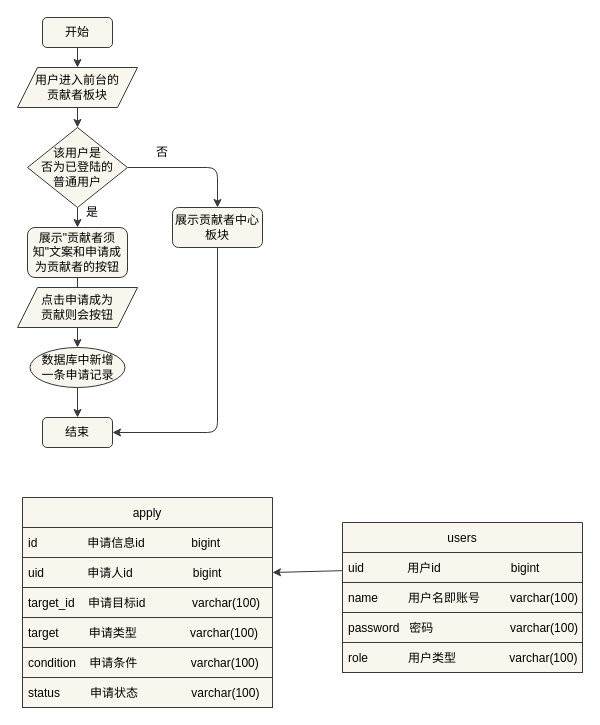
The draw.io diagram page "第 9 页" (9 of 12) of a.dio in z-juln/it-community, before the edit. Source tidied: cells renumbered, new cells numbered last; positions are measured from the earlier drawing's top-left corner, leaving out a move shared by most shapes. Both pictures are drawn from the tidied source at 100%, with x=0, y=0 at pixel (17, 17).
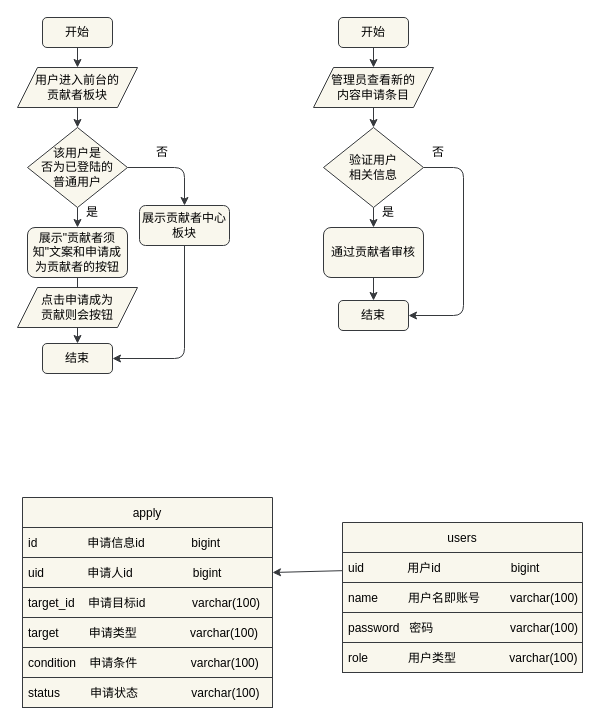
After the change.

The change refers to these unchanged cells:
```xml
<mxCell id="15" value="该用户是&lt;br&gt;否为已登陆的&lt;br&gt;普通用户" style="rhombus;whiteSpace=wrap;html=1;fillColor=#f9f7ed;strokeColor=#36393d;fontColor=#000000;" parent="1" vertex="1">
  <mxGeometry x="10" y="110" width="100" height="80" as="geometry" />
</mxCell>
<mxCell id="18" value="点击申请成为&lt;br&gt;贡献则会按钮" style="shape=parallelogram;perimeter=parallelogramPerimeter;whiteSpace=wrap;html=1;fixedSize=1;fillColor=#f9f7ed;strokeColor=#36393d;fontColor=#000000;" parent="1" vertex="1">
  <mxGeometry y="270" width="120" height="40" as="geometry" />
</mxCell>
```

The edit, as a diff of the source:
```diff
@@
     <mxCell id="4" value="结束" style="rounded=1;whiteSpace=wrap;html=1;fillColor=#f9f7ed;strokeColor=#36393d;fontColor=#000000;" parent="1" vertex="1">
-      <mxGeometry x="25" y="400" width="70" height="30" as="geometry" />
+      <mxGeometry x="25" y="326" width="70" height="30" as="geometry" />
     </mxCell>
     <mxCell id="5" style="edgeStyle=none;html=1;entryX=0.5;entryY=0;entryDx=0;entryDy=0;exitX=1;exitY=0.5;exitDx=0;exitDy=0;fillColor=#f9f7ed;strokeColor=#36393d;fontColor=#000000;" parent="1" edge="1" source="15" target="16">
       <mxGeometry relative="1" as="geometry">
         <Array as="points">
-          <mxPoint x="200" y="150" />
+          <mxPoint x="167" y="150" />
         </Array>
       </mxGeometry>
     </mxCell>
@@
     <mxCell id="9" style="edgeStyle=none;html=1;entryX=1;entryY=0.5;entryDx=0;entryDy=0;exitX=0.5;exitY=1;exitDx=0;exitDy=0;fillColor=#f9f7ed;strokeColor=#36393d;fontColor=#000000;" parent="1" edge="1" source="16" target="4">
       <mxGeometry relative="1" as="geometry">
         <Array as="points">
-          <mxPoint x="200" y="415" />
+          <mxPoint x="167" y="341" />
         </Array>
       </mxGeometry>
     </mxCell>
-    <mxCell id="10" style="edgeStyle=none;html=1;startArrow=none;fillColor=#f9f7ed;strokeColor=#36393d;fontColor=#000000;" parent="1" edge="1" source="18" target="13">
-      <mxGeometry relative="1" as="geometry" />
-    </mxCell>
@@
-    <mxCell id="12" style="edgeStyle=none;html=1;entryX=0.5;entryY=0;entryDx=0;entryDy=0;fillColor=#f9f7ed;strokeColor=#36393d;fontColor=#000000;" parent="1" edge="1" source="13" target="4">
+    <mxCell id="12" style="edgeStyle=none;html=1;entryX=0.5;entryY=0;entryDx=0;entryDy=0;fillColor=#f9f7ed;strokeColor=#36393d;fontColor=#000000;exitX=0.5;exitY=1;exitDx=0;exitDy=0;" parent="1" edge="1" source="18" target="4">
       <mxGeometry relative="1" as="geometry" />
     </mxCell>
-    <mxCell id="13" value="数据库中新增&lt;br&gt;一条申请记录" style="ellipse;whiteSpace=wrap;html=1;fillColor=#f9f7ed;strokeColor=#36393d;fontColor=#000000;" parent="1" vertex="1">
-      <mxGeometry x="12.5" y="330" width="95" height="40" as="geometry" />
-    </mxCell>
@@
     <mxCell id="16" value="展示贡献者中心板块" style="rounded=1;whiteSpace=wrap;html=1;fillColor=#f9f7ed;strokeColor=#36393d;fontColor=#000000;" parent="1" vertex="1">
-      <mxGeometry x="155" y="190" width="90" height="40" as="geometry" />
+      <mxGeometry x="122" y="188" width="90" height="40" as="geometry" />
     </mxCell>
@@
+    <mxCell id="33" style="edgeStyle=none;html=1;entryX=0.5;entryY=0;entryDx=0;entryDy=0;fillColor=#f9f7ed;strokeColor=#36393d;fontColor=#000000;" parent="1" edge="1" source="34" target="44">
+      <mxGeometry relative="1" as="geometry" />
+    </mxCell>
+    <mxCell id="34" value="开始" style="rounded=1;whiteSpace=wrap;html=1;fillColor=#f9f7ed;strokeColor=#36393d;fontColor=#000000;" parent="1" vertex="1">
+      <mxGeometry x="321" width="70" height="30" as="geometry" />
+    </mxCell>
+    <mxCell id="35" value="结束" style="rounded=1;whiteSpace=wrap;html=1;fillColor=#f9f7ed;strokeColor=#36393d;fontColor=#000000;" parent="1" vertex="1">
+      <mxGeometry x="321" y="283" width="70" height="30" as="geometry" />
+    </mxCell>
+    <mxCell id="36" style="edgeStyle=none;html=1;entryX=1;entryY=0.5;entryDx=0;entryDy=0;exitX=1;exitY=0.5;exitDx=0;exitDy=0;fillColor=#f9f7ed;strokeColor=#36393d;fontColor=#000000;" parent="1" edge="1" source="43" target="35">
+      <mxGeometry relative="1" as="geometry">
+        <Array as="points">
+          <mxPoint x="446" y="150" />
+          <mxPoint x="446" y="298" />
+        </Array>
+      </mxGeometry>
+    </mxCell>
+    <mxCell id="37" style="edgeStyle=none;html=1;entryX=0.5;entryY=0;entryDx=0;entryDy=0;exitX=0.5;exitY=1;exitDx=0;exitDy=0;fillColor=#f9f7ed;strokeColor=#36393d;fontColor=#000000;" parent="1" edge="1" source="43" target="41">
+      <mxGeometry relative="1" as="geometry" />
+    </mxCell>
+    <mxCell id="38" value="否" style="text;html=1;strokeColor=none;fillColor=none;align=center;verticalAlign=middle;whiteSpace=wrap;rounded=0;fontColor=#000000;" parent="1" vertex="1">
+      <mxGeometry x="391" y="120" width="60" height="30" as="geometry" />
+    </mxCell>
+    <mxCell id="39" value="是" style="text;html=1;strokeColor=none;fillColor=none;align=center;verticalAlign=middle;whiteSpace=wrap;rounded=0;fontColor=#000000;" parent="1" vertex="1">
+      <mxGeometry x="351" y="180" width="40" height="30" as="geometry" />
+    </mxCell>
+    <mxCell id="40" style="edgeStyle=none;html=1;entryX=0.5;entryY=0;entryDx=0;entryDy=0;fillColor=#f9f7ed;strokeColor=#36393d;fontColor=#000000;" parent="1" edge="1" source="41" target="35">
+      <mxGeometry relative="1" as="geometry" />
+    </mxCell>
+    <mxCell id="41" value="通过贡献者审核" style="rounded=1;whiteSpace=wrap;html=1;fillColor=#f9f7ed;strokeColor=#36393d;fontColor=#000000;" parent="1" vertex="1">
+      <mxGeometry x="306" y="210" width="100" height="50" as="geometry" />
+    </mxCell>
+    <mxCell id="42" style="edgeStyle=none;html=1;entryX=0.5;entryY=0;entryDx=0;entryDy=0;exitX=0.5;exitY=1;exitDx=0;exitDy=0;fillColor=#f9f7ed;strokeColor=#36393d;fontColor=#000000;" parent="1" edge="1" source="44" target="43">
+      <mxGeometry relative="1" as="geometry" />
+    </mxCell>
+    <mxCell id="43" value="验证用户&lt;br&gt;相关信息" style="rhombus;whiteSpace=wrap;html=1;fillColor=#f9f7ed;strokeColor=#36393d;fontColor=#000000;" parent="1" vertex="1">
+      <mxGeometry x="306" y="110" width="100" height="80" as="geometry" />
+    </mxCell>
+    <mxCell id="44" value="管理员查看新的&lt;br&gt;内容申请条目" style="shape=parallelogram;perimeter=parallelogramPerimeter;whiteSpace=wrap;html=1;fixedSize=1;fillColor=#f9f7ed;strokeColor=#36393d;fontColor=#000000;" parent="1" vertex="1">
+      <mxGeometry x="296" y="50" width="120" height="40" as="geometry" />
+    </mxCell>
```
